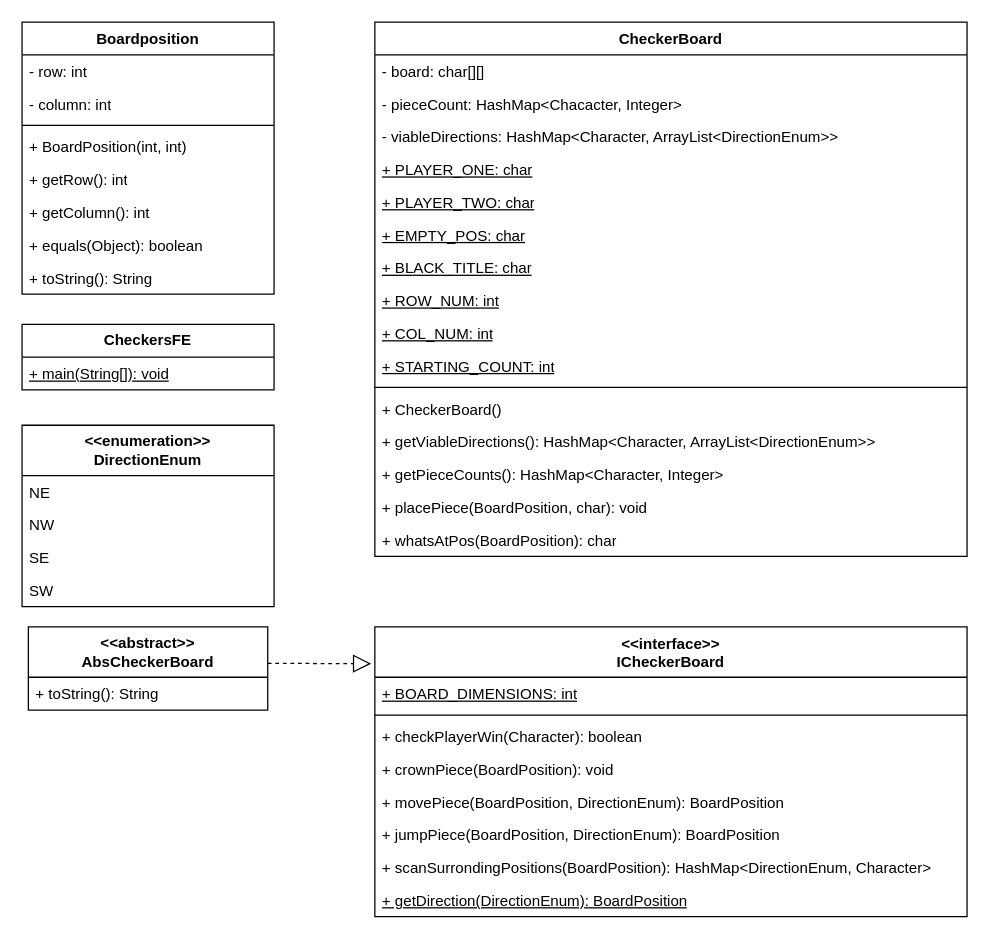
Earlier version of the draw.io diagram CheckersUML.drawio (ksurisetty11/checkers-project). Source tidied: cells renumbered, new cells numbered last; positions are measured from the earlier drawing's top-left corner, leaving out a move shared by most shapes. Both pictures are drawn from the tidied source at 126%, with x=0, y=0 at pixel (21, 21).
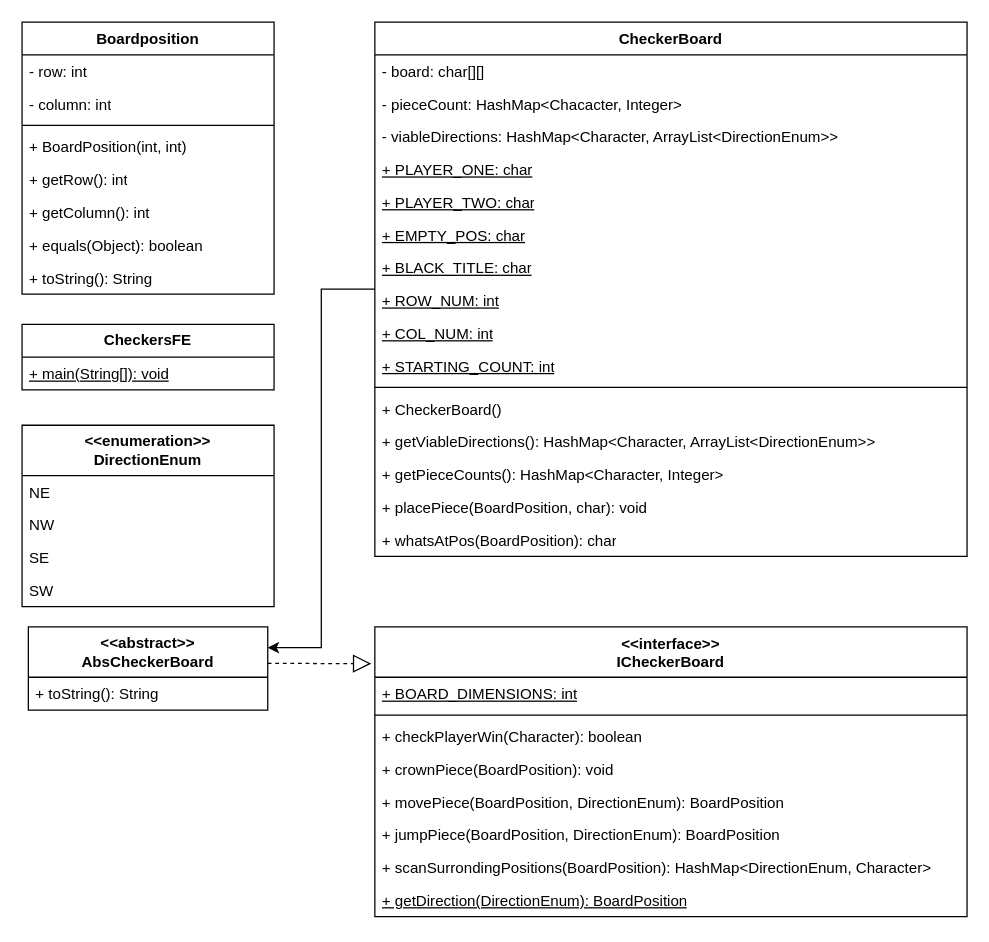
The same diagram, later.

Commit message:
Added arrow to UML

The change refers to these unchanged cells:
```xml
<mxCell id="11" value="CheckerBoard" style="swimlane;fontStyle=1;align=center;verticalAlign=top;horizontal=1;startSize=26;whiteSpace=wrap;html=1;" parent="1" vertex="1">
  <mxGeometry x="280" width="470" height="424" as="geometry" />
</mxCell>
<mxCell id="35" value="&lt;div&gt;&lt;b&gt;&amp;lt;&amp;lt;abstract&amp;gt;&amp;gt;&lt;/b&gt;&lt;/div&gt;&lt;b&gt;AbsCheckerBoard&lt;/b&gt;" style="swimlane;fontStyle=0;horizontal=1;startSize=40;fillColor=none;whiteSpace=wrap;html=1;" parent="1" vertex="1">
  <mxGeometry x="5" y="480" width="190" height="66" as="geometry" />
</mxCell>
```

The edit, as a diff of the source:
```diff
@@
+    <mxCell id="47" style="edgeStyle=orthogonalEdgeStyle;rounded=0;jettySize=auto;html=1;entryX=1;entryY=0.25;entryDx=0;entryDy=0;" parent="1" edge="1" source="11" target="35">
+      <mxGeometry relative="1" as="geometry" />
+    </mxCell>
```
